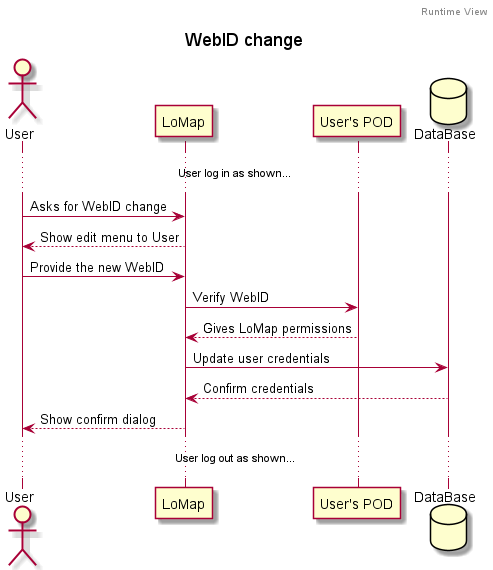
Above: images/Sequence diagram.png in Arquisoft/lomap_es2c (PlantUML), before the change.
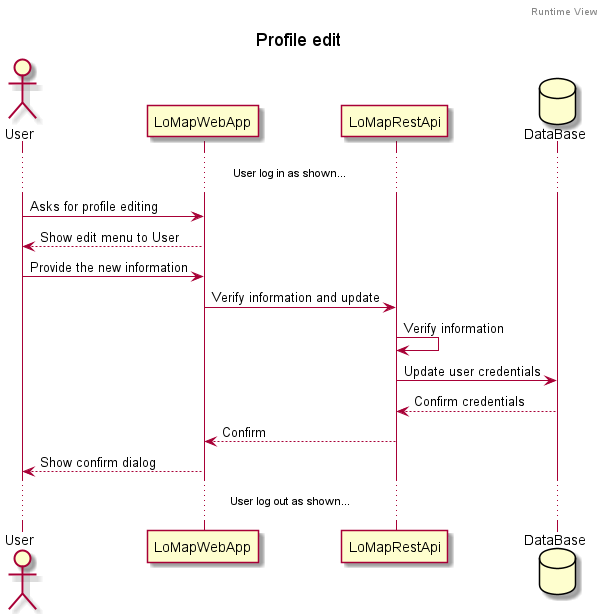
After the change.

Change to the diagram source:
```diff
@@ -1,23 +1,27 @@
 @startuml
 header Runtime View
-title WebID change
+title Profile edit
 Actor User
-Participant LoMap
-Participant POD as "User's POD"
+Participant LoMapWebApp
+Participant LoMapRestApi
 Database DataBase as "DataBase"
 
 ...User log in as shown......
 
-User -> LoMap: Asks for WebID change
-User <-- LoMap: Show edit menu to User
-User -> LoMap: Provide the new WebID
-LoMap -> POD: Verify WebID
-LoMap <-- POD: Gives LoMap permissions
+User -> LoMapWebApp: Asks for profile editing
+User <-- LoMapWebApp: Show edit menu to User
+User -> LoMapWebApp: Provide the new information
 
-LoMap -> DataBase: Update user credentials
-LoMap <-- DataBase: Confirm credentials
+LoMapWebApp-> LoMapRestApi: Verify information and update
+LoMapRestApi-> LoMapRestApi: Verify information
+LoMapRestApi-> DataBase: Update user credentials
+LoMapRestApi<-- DataBase: Confirm credentials
 
-LoMap --> User: Show confirm dialog
+
+LoMapWebApp<-- LoMapRestApi: Confirm
+
+
+LoMapWebApp--> User: Show confirm dialog
 
 ...User log out as shown......
 @enduml
```
